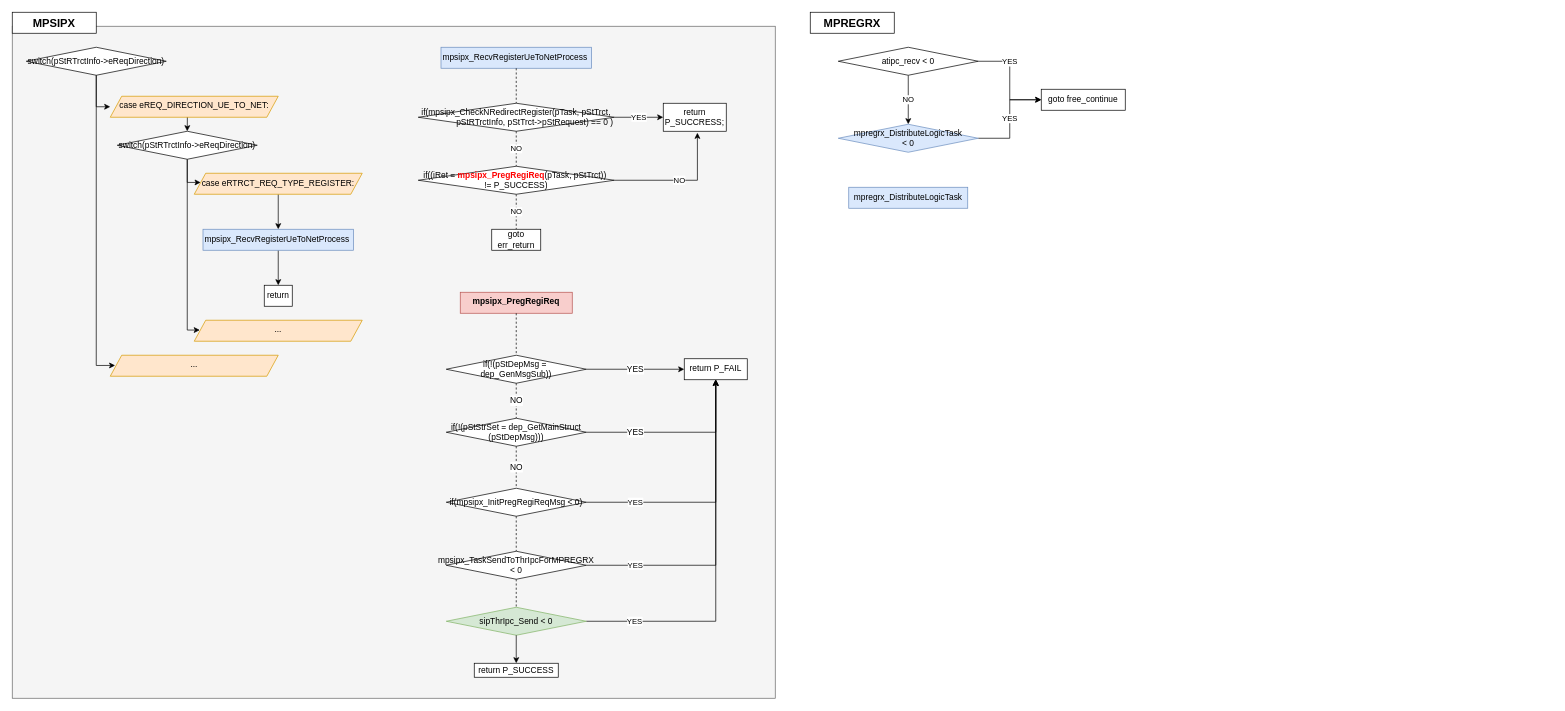
The draw.io diagram page "REGISTER FLOW" (5 of 5) of MPSIPX.drawio in JaeHyeon774/NEWTIL, before the edit. Source tidied: cells renumbered, new cells numbered last; positions are measured from the earlier drawing's top-left corner, leaving out a move shared by most shapes. Both pictures are drawn from the tidied source at 70%, with x=0, y=0 at pixel (12, 12).
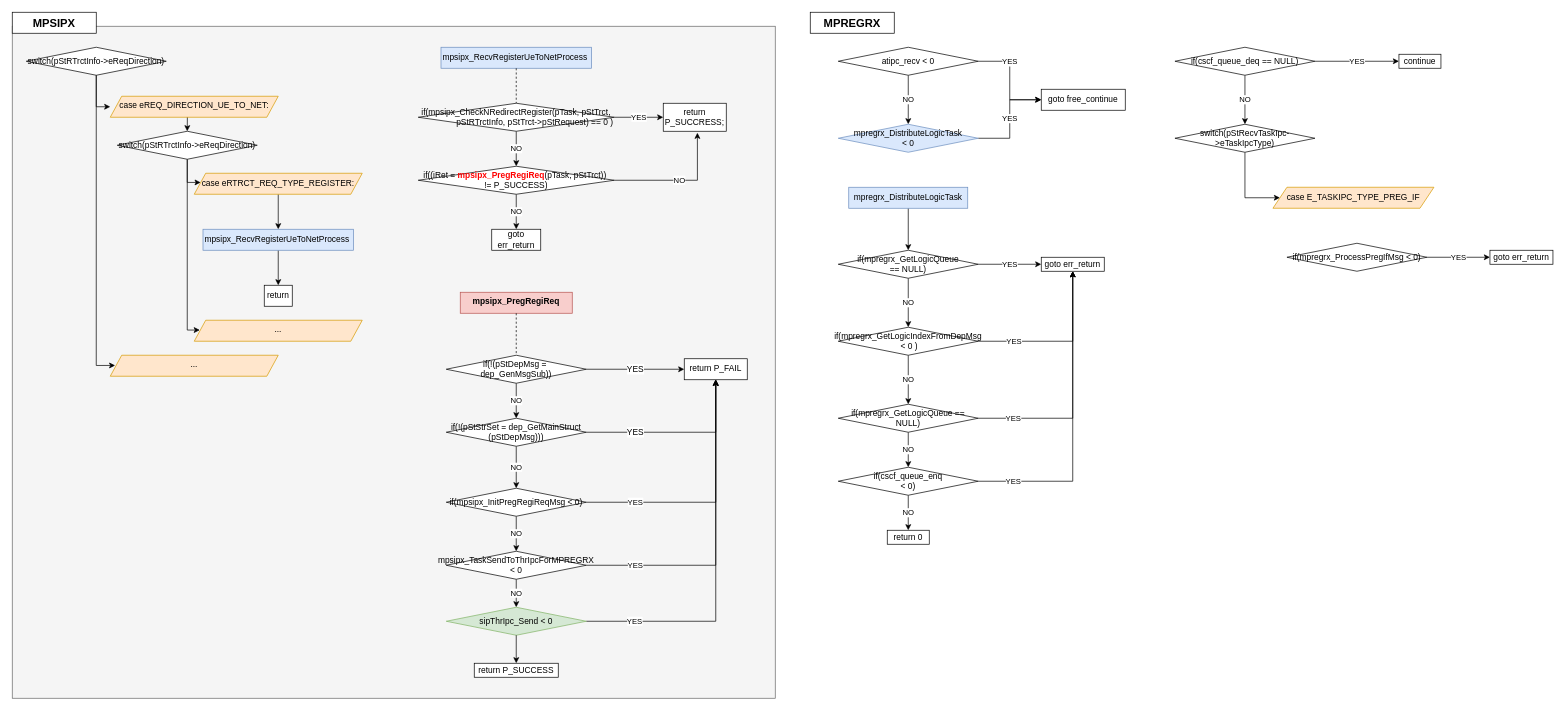
After the change.

The change refers to these unchanged cells:
```xml
<mxCell id="17" value="&lt;div&gt;if(mpsipx_CheckNRedirectRegister(pTask, pStTrct,&lt;/div&gt;&lt;div&gt;&amp;nbsp; &amp;nbsp; &amp;nbsp; &amp;nbsp; &amp;nbsp; &amp;nbsp; &amp;nbsp; &amp;nbsp; pStRTrctInfo, pStTrct-&amp;gt;pStRequest) == 0 )&lt;/div&gt;" style="rhombus;whiteSpace=wrap;html=1;" parent="1" vertex="1">
  <mxGeometry x="580" y="130" width="280" height="40" as="geometry" />
</mxCell>
<mxCell id="20" value="if((iRet = &lt;b&gt;&lt;font color=&quot;#ff0000&quot;&gt;mpsipx_PregRegiReq&lt;/font&gt;&lt;/b&gt;(pTask, pStTrct))&amp;nbsp;&lt;div&gt;!= P_SUCCESS)&lt;/div&gt;" style="rhombus;whiteSpace=wrap;html=1;" parent="1" vertex="1">
  <mxGeometry x="580" y="220" width="280" height="40" as="geometry" />
</mxCell>
<mxCell id="22" value="goto err_return" style="rounded=0;whiteSpace=wrap;html=1;" parent="1" vertex="1">
  <mxGeometry x="685" y="310" width="70" height="30" as="geometry" />
</mxCell>
<mxCell id="33" value="&lt;div&gt;&lt;span style=&quot;background-color: initial;&quot;&gt;if(!(pStDepMsg =&amp;nbsp;&lt;/span&gt;&lt;/div&gt;&lt;div&gt;&lt;span style=&quot;background-color: initial;&quot;&gt;dep_GenMsgSub))&lt;/span&gt;&lt;br&gt;&lt;/div&gt;" style="rhombus;whiteSpace=wrap;html=1;rounded=0;align=center;verticalAlign=top;fontFamily=Helvetica;fontSize=12;" parent="1" vertex="1">
  <mxGeometry x="620" y="490" width="200" height="40" as="geometry" />
</mxCell>
<mxCell id="37" value="if(!(pStStrSet = dep_GetMainStruct (pStDepMsg)))" style="rhombus;whiteSpace=wrap;html=1;rounded=0;strokeColor=default;align=center;verticalAlign=top;fontFamily=Helvetica;fontSize=12;fontColor=default;fillColor=default;" parent="1" vertex="1">
  <mxGeometry x="620" y="580" width="200" height="40" as="geometry" />
</mxCell>
<mxCell id="40" value="if(mpsipx_InitPregRegiReqMsg &amp;lt; 0)" style="rhombus;whiteSpace=wrap;html=1;" parent="1" vertex="1">
  <mxGeometry x="620" y="680" width="200" height="40" as="geometry" />
</mxCell>
<mxCell id="43" value="mpsipx_TaskSendToThrIpcForMPREGRX &amp;lt; 0" style="rhombus;whiteSpace=wrap;html=1;" parent="1" vertex="1">
  <mxGeometry x="620" y="770" width="200" height="40" as="geometry" />
</mxCell>
<mxCell id="45" value="sipThrIpc_Send &amp;lt; 0" style="rhombus;whiteSpace=wrap;html=1;fillColor=#d5e8d4;strokeColor=#82b366;" parent="1" vertex="1">
  <mxGeometry x="620" y="850" width="200" height="40" as="geometry" />
</mxCell>
<mxCell id="55" value="mpregrx_DistributeLogicTask" style="rounded=0;whiteSpace=wrap;html=1;fillColor=#dae8fc;strokeColor=#6c8ebf;" parent="1" vertex="1">
  <mxGeometry x="1195" y="250" width="170" height="30" as="geometry" />
</mxCell>
```

Diff of the diagram source:
```diff
@@
-    <mxCell id="13" value="NO" style="edgeStyle=orthogonalEdgeStyle;rounded=0;jettySize=auto;html=1;exitX=0.5;exitY=1;exitDx=0;exitDy=0;dashed=1;endArrow=none;endFill=0;" parent="1" edge="1" source="20" target="22">
-      <mxGeometry relative="1" as="geometry" />
-    </mxCell>
@@
+    <mxCell id="19" value="NO" style="edgeStyle=orthogonalEdgeStyle;rounded=0;jettySize=auto;html=1;exitX=0.5;exitY=1;exitDx=0;exitDy=0;entryX=0.5;entryY=0;entryDx=0;entryDy=0;" parent="1" edge="1" source="17" target="20">
+      <mxGeometry relative="1" as="geometry" />
+    </mxCell>
@@
-    <mxCell id="19" value="NO" style="edgeStyle=orthogonalEdgeStyle;rounded=0;jettySize=auto;html=1;exitX=0.5;exitY=1;exitDx=0;exitDy=0;dashed=1;endArrow=none;endFill=0;" parent="1" edge="1" source="17" target="20">
-      <mxGeometry relative="1" as="geometry" />
-    </mxCell>
+    <mxCell id="13" value="NO" style="edgeStyle=orthogonalEdgeStyle;rounded=0;jettySize=auto;html=1;exitX=0.5;exitY=1;exitDx=0;exitDy=0;entryX=0.5;entryY=0;entryDx=0;entryDy=0;" parent="1" edge="1" source="20" target="22">
+      <mxGeometry relative="1" as="geometry" />
+    </mxCell>
@@
-    <mxCell id="23" style="edgeStyle=orthogonalEdgeStyle;rounded=0;jettySize=auto;html=1;exitX=0.5;exitY=1;exitDx=0;exitDy=0;fontFamily=Helvetica;fontSize=12;fontColor=default;dashed=1;endArrow=none;endFill=0;" parent="1" edge="1" source="43">
-      <mxGeometry relative="1" as="geometry">
-        <mxPoint x="720" y="850" as="targetPoint" />
-      </mxGeometry>
-    </mxCell>
@@
+    <mxCell id="35" value="NO" style="edgeStyle=orthogonalEdgeStyle;rounded=0;jettySize=auto;html=1;exitX=0.5;exitY=1;exitDx=0;exitDy=0;entryX=0.5;entryY=0;entryDx=0;entryDy=0;" parent="1" edge="1" source="33" target="37">
+      <mxGeometry relative="1" as="geometry" />
+    </mxCell>
@@
-    <mxCell id="35" value="NO" style="edgeStyle=orthogonalEdgeStyle;rounded=0;jettySize=auto;html=1;exitX=0.5;exitY=1;exitDx=0;exitDy=0;fontFamily=Helvetica;fontSize=12;fontColor=default;dashed=1;endArrow=none;endFill=0;" parent="1" edge="1" source="33" target="37">
-      <mxGeometry relative="1" as="geometry" />
-    </mxCell>
@@
+    <mxCell id="38" value="NO" style="edgeStyle=orthogonalEdgeStyle;rounded=0;jettySize=auto;html=1;exitX=0.5;exitY=1;exitDx=0;exitDy=0;entryX=0.5;entryY=0;entryDx=0;entryDy=0;" parent="1" edge="1" source="37" target="40">
+      <mxGeometry relative="1" as="geometry" />
+    </mxCell>
@@
-    <mxCell id="38" value="NO" style="edgeStyle=orthogonalEdgeStyle;rounded=0;jettySize=auto;html=1;exitX=0.5;exitY=1;exitDx=0;exitDy=0;fontFamily=Helvetica;fontSize=12;fontColor=default;dashed=1;endArrow=none;endFill=0;" parent="1" edge="1" source="37" target="40">
-      <mxGeometry relative="1" as="geometry" />
-    </mxCell>
@@
+    <mxCell id="41" value="NO" style="edgeStyle=orthogonalEdgeStyle;rounded=0;jettySize=auto;html=1;exitX=0.5;exitY=1;exitDx=0;exitDy=0;entryX=0.5;entryY=0;entryDx=0;entryDy=0;" parent="1" edge="1" source="40" target="43">
+      <mxGeometry relative="1" as="geometry" />
+    </mxCell>
@@
-    <mxCell id="41" style="edgeStyle=orthogonalEdgeStyle;rounded=0;jettySize=auto;html=1;exitX=0.5;exitY=1;exitDx=0;exitDy=0;fontFamily=Helvetica;fontSize=12;fontColor=default;dashed=1;endArrow=none;endFill=0;" parent="1" edge="1" source="40" target="43">
-      <mxGeometry relative="1" as="geometry" />
-    </mxCell>
@@
+    <mxCell id="56" value="NO" style="edgeStyle=orthogonalEdgeStyle;rounded=0;jettySize=auto;html=1;exitX=0.5;exitY=1;exitDx=0;exitDy=0;entryX=0.5;entryY=0;entryDx=0;entryDy=0;" parent="1" edge="1" source="43" target="45">
+      <mxGeometry relative="1" as="geometry" />
+    </mxCell>
@@
+    <mxCell id="57" style="edgeStyle=orthogonalEdgeStyle;rounded=0;jettySize=auto;html=1;exitX=0.5;exitY=1;exitDx=0;exitDy=0;entryX=0.5;entryY=0;entryDx=0;entryDy=0;" parent="1" edge="1" source="55" target="60">
+      <mxGeometry relative="1" as="geometry" />
+    </mxCell>
@@
+    <mxCell id="58" value="YES" style="edgeStyle=orthogonalEdgeStyle;rounded=0;jettySize=auto;html=1;exitX=1;exitY=0.5;exitDx=0;exitDy=0;entryX=0;entryY=0.5;entryDx=0;entryDy=0;" parent="1" edge="1" source="60" target="61">
+      <mxGeometry relative="1" as="geometry" />
+    </mxCell>
+    <mxCell id="59" value="NO" style="edgeStyle=orthogonalEdgeStyle;rounded=0;jettySize=auto;html=1;exitX=0.5;exitY=1;exitDx=0;exitDy=0;entryX=0.5;entryY=0;entryDx=0;entryDy=0;" parent="1" edge="1" source="60" target="64">
+      <mxGeometry relative="1" as="geometry" />
+    </mxCell>
+    <mxCell id="60" value="if(mpregrx_GetLogicQueue&lt;div&gt;== NULL)&lt;/div&gt;" style="rhombus;whiteSpace=wrap;html=1;" parent="1" vertex="1">
+      <mxGeometry x="1180" y="340" width="200" height="40" as="geometry" />
+    </mxCell>
+    <mxCell id="61" value="goto err_return" style="rounded=0;whiteSpace=wrap;html=1;" parent="1" vertex="1">
+      <mxGeometry x="1470" y="350" width="90" height="20" as="geometry" />
+    </mxCell>
+    <mxCell id="62" value="YES" style="edgeStyle=orthogonalEdgeStyle;rounded=0;jettySize=auto;html=1;exitX=1;exitY=0.5;exitDx=0;exitDy=0;entryX=0.5;entryY=1;entryDx=0;entryDy=0;" parent="1" edge="1" source="64" target="61">
+      <mxGeometry x="-0.57" relative="1" as="geometry" />
+    </mxCell>
+    <mxCell id="63" value="NO" style="edgeStyle=orthogonalEdgeStyle;rounded=0;jettySize=auto;html=1;exitX=0.5;exitY=1;exitDx=0;exitDy=0;entryX=0.5;entryY=0;entryDx=0;entryDy=0;" parent="1" edge="1" source="64" target="67">
+      <mxGeometry relative="1" as="geometry" />
+    </mxCell>
+    <mxCell id="64" value="if(mpregrx_GetLogicIndexFromDepMsg&lt;div&gt;&amp;nbsp;&lt;span style=&quot;background-color: initial;&quot;&gt;&amp;lt; 0 )&lt;/span&gt;&lt;/div&gt;" style="rhombus;whiteSpace=wrap;html=1;" parent="1" vertex="1">
+      <mxGeometry x="1180" y="450" width="200" height="40" as="geometry" />
+    </mxCell>
+    <mxCell id="65" value="YES" style="edgeStyle=orthogonalEdgeStyle;rounded=0;jettySize=auto;html=1;exitX=1;exitY=0.5;exitDx=0;exitDy=0;entryX=0.5;entryY=1;entryDx=0;entryDy=0;" parent="1" edge="1" source="67" target="61">
+      <mxGeometry x="-0.71" relative="1" as="geometry" />
+    </mxCell>
+    <mxCell id="66" value="NO" style="edgeStyle=orthogonalEdgeStyle;rounded=0;jettySize=auto;html=1;exitX=0.5;exitY=1;exitDx=0;exitDy=0;entryX=0.5;entryY=0;entryDx=0;entryDy=0;" parent="1" edge="1" source="67" target="70">
+      <mxGeometry relative="1" as="geometry" />
+    </mxCell>
+    <mxCell id="67" value="if(mpregrx_GetLogicQueue == NULL)" style="rhombus;whiteSpace=wrap;html=1;" parent="1" vertex="1">
+      <mxGeometry x="1180" y="560" width="200" height="40" as="geometry" />
+    </mxCell>
+    <mxCell id="68" value="YES" style="edgeStyle=orthogonalEdgeStyle;rounded=0;jettySize=auto;html=1;exitX=1;exitY=0.5;exitDx=0;exitDy=0;entryX=0.5;entryY=1;entryDx=0;entryDy=0;" parent="1" edge="1" source="70" target="61">
+      <mxGeometry x="-0.77" relative="1" as="geometry" />
+    </mxCell>
+    <mxCell id="69" value="NO" style="edgeStyle=orthogonalEdgeStyle;rounded=0;jettySize=auto;html=1;exitX=0.5;exitY=1;exitDx=0;exitDy=0;" parent="1" edge="1" source="70" target="71">
+      <mxGeometry relative="1" as="geometry" />
+    </mxCell>
+    <mxCell id="70" value="if(cscf_queue_enq&lt;div&gt;&amp;lt; 0)&lt;/div&gt;" style="rhombus;whiteSpace=wrap;html=1;" parent="1" vertex="1">
+      <mxGeometry x="1180" y="650" width="200" height="40" as="geometry" />
+    </mxCell>
+    <mxCell id="71" value="return 0" style="rounded=0;whiteSpace=wrap;html=1;" parent="1" vertex="1">
+      <mxGeometry x="1250" y="740" width="60" height="20" as="geometry" />
+    </mxCell>
+    <mxCell id="72" value="YES" style="edgeStyle=orthogonalEdgeStyle;rounded=0;jettySize=auto;html=1;exitX=1;exitY=0.5;exitDx=0;exitDy=0;entryX=0;entryY=0.5;entryDx=0;entryDy=0;" parent="1" edge="1" source="74" target="75">
+      <mxGeometry relative="1" as="geometry" />
+    </mxCell>
+    <mxCell id="73" value="NO" style="edgeStyle=orthogonalEdgeStyle;rounded=0;jettySize=auto;html=1;exitX=0.5;exitY=1;exitDx=0;exitDy=0;entryX=0.5;entryY=0;entryDx=0;entryDy=0;" parent="1" edge="1" source="74" target="77">
+      <mxGeometry relative="1" as="geometry" />
+    </mxCell>
+    <mxCell id="74" value="if(cscf_queue_deq == NULL)" style="rhombus;whiteSpace=wrap;html=1;" parent="1" vertex="1">
+      <mxGeometry x="1661" y="50" width="200" height="40" as="geometry" />
+    </mxCell>
+    <mxCell id="75" value="continue" style="rounded=0;whiteSpace=wrap;html=1;" parent="1" vertex="1">
+      <mxGeometry x="1981" y="60" width="60" height="20" as="geometry" />
+    </mxCell>
+    <mxCell id="76" style="edgeStyle=orthogonalEdgeStyle;rounded=0;jettySize=auto;html=1;exitX=0.5;exitY=1;exitDx=0;exitDy=0;entryX=0;entryY=0.5;entryDx=0;entryDy=0;" parent="1" edge="1" source="77" target="78">
+      <mxGeometry relative="1" as="geometry">
+        <Array as="points">
+          <mxPoint x="1761" y="265" />
+        </Array>
+      </mxGeometry>
+    </mxCell>
+    <mxCell id="77" value="switch(pStRecvTaskIpc-&amp;gt;eTaskIpcType)" style="rhombus;whiteSpace=wrap;html=1;" parent="1" vertex="1">
+      <mxGeometry x="1661" y="160" width="200" height="40" as="geometry" />
+    </mxCell>
+    <mxCell id="78" value="case E_TASKIPC_TYPE_PREG_IF" style="shape=parallelogram;perimeter=parallelogramPerimeter;whiteSpace=wrap;html=1;fixedSize=1;fillColor=#ffe6cc;strokeColor=#d79b00;" parent="1" vertex="1">
+      <mxGeometry x="1801" y="250" width="230" height="30" as="geometry" />
+    </mxCell>
+    <mxCell id="79" value="YES" style="edgeStyle=orthogonalEdgeStyle;rounded=0;jettySize=auto;html=1;exitX=1;exitY=0.5;exitDx=0;exitDy=0;entryX=0;entryY=0.5;entryDx=0;entryDy=0;" parent="1" edge="1" source="80" target="81">
+      <mxGeometry relative="1" as="geometry" />
+    </mxCell>
+    <mxCell id="80" value="if(mpregrx_ProcessPregIfMsg &amp;lt; 0)" style="rhombus;whiteSpace=wrap;html=1;" parent="1" vertex="1">
+      <mxGeometry x="1821" y="330" width="200" height="40" as="geometry" />
+    </mxCell>
+    <mxCell id="81" value="goto err_return" style="rounded=0;whiteSpace=wrap;html=1;" parent="1" vertex="1">
+      <mxGeometry x="2111" y="340" width="90" height="20" as="geometry" />
+    </mxCell>
```
